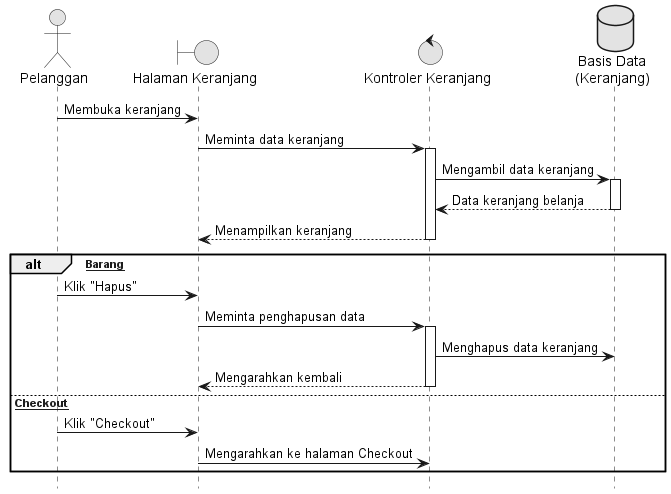
The PlantUML diagram docs/diagrams/03_Kelola_Keranjang.png in Reyonl/project_TA, before a commit.
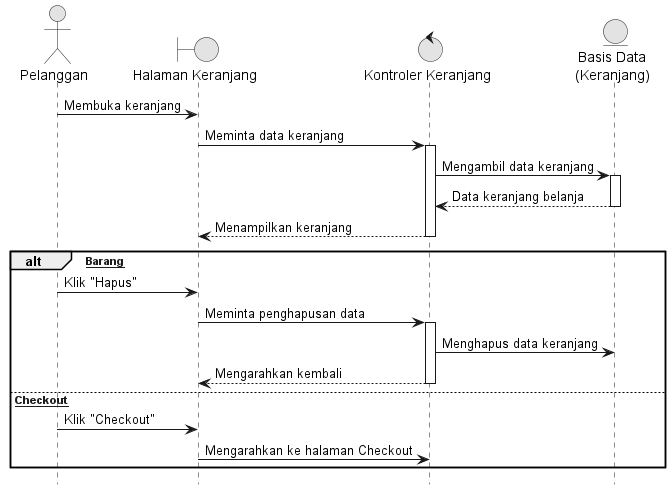
After the commit.

Change to the diagram source:
```diff
@@ -6,7 +6,7 @@
 actor "Pelanggan" as Customer
 boundary "Halaman Keranjang" as View
 control "Kontroler Keranjang" as Controller
-database "Basis Data\n(Keranjang)" as DB
+entity "Basis Data\n(Keranjang)" as DB
 
 Customer -> View : Membuka keranjang
 View -> Controller : Meminta data keranjang
```
